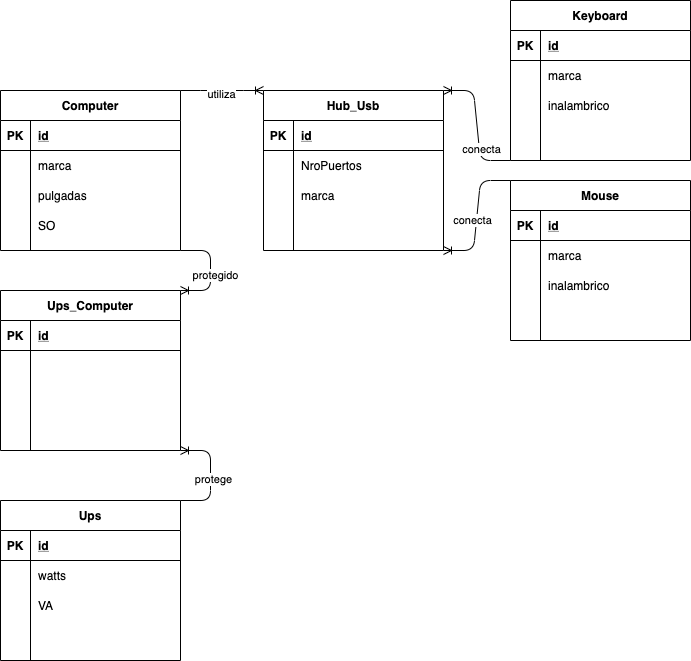
Earlier version of the draw.io export DIAGRAMA.drawio.png (Freddymhs/-example_RoR-sqlite.relacionesdemodelos). Source tidied: cells renumbered, new cells last; positions are measured from the earlier drawing's top-left corner, leaving out a move shared by most shapes.
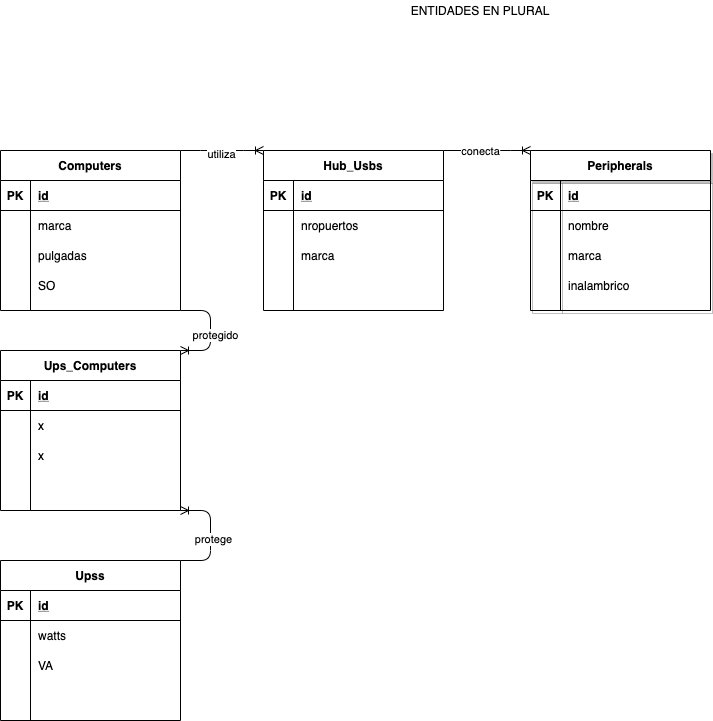
Above is the later version.

Commit message:
antes de comenzar hacia cambios a las migraciones para conectar entidades

Diff of the diagram source:
```diff
@@ -2,7 +2,7 @@
   <root>
     <mxCell id="0" />
     <mxCell id="1" parent="0" />
-    <mxCell id="2" value="Computer" style="shape=table;startSize=30;rowLines=0;fontStyle=1;align=center;" parent="1" vertex="1">
+    <mxCell id="2" value="Computers" style="shape=table;startSize=30;rowLines=0;fontStyle=1;align=center;" parent="1" vertex="1">
       <mxGeometry y="90" width="180" height="160" as="geometry" />
     </mxCell>
     <mxCell id="3" style="shape=partialRectangle;fillColor=none;top=0;left=0;bottom=1;right=0;" parent="2" vertex="1">
@@ -41,7 +41,7 @@
     <mxCell id="14" value="SO" style="shape=partialRectangle;fillColor=none;top=0;left=0;bottom=0;right=0;align=left;spacingLeft=6;overflow=hidden;" parent="12" vertex="1">
       <mxGeometry x="30" width="150" height="30" as="geometry" />
     </mxCell>
-    <mxCell id="15" value="Hub_Usb" style="shape=table;startSize=30;rowLines=0;fontStyle=1;align=center;" parent="1" vertex="1">
+    <mxCell id="15" value="Hub_Usbs" style="shape=table;startSize=30;rowLines=0;fontStyle=1;align=center;" parent="1" vertex="1">
       <mxGeometry x="263" y="90" width="180" height="160" as="geometry" />
     </mxCell>
     <mxCell id="16" style="shape=partialRectangle;fillColor=none;top=0;left=0;bottom=1;right=0;" parent="15" vertex="1">
@@ -59,7 +59,7 @@
     <mxCell id="20" style="shape=partialRectangle;fillColor=none;top=0;left=0;bottom=0;right=0;overflow=hidden;" parent="19" vertex="1">
       <mxGeometry width="30" height="30" as="geometry" />
     </mxCell>
-    <mxCell id="21" value="NroPuertos" style="shape=partialRectangle;fillColor=none;top=0;left=0;bottom=0;right=0;align=left;spacingLeft=6;overflow=hidden;" parent="19" vertex="1">
+    <mxCell id="21" value="nropuertos" style="shape=partialRectangle;fillColor=none;top=0;left=0;bottom=0;right=0;align=left;spacingLeft=6;overflow=hidden;" parent="19" vertex="1">
       <mxGeometry x="30" width="150" height="30" as="geometry" />
     </mxCell>
     <mxCell id="22" style="shape=partialRectangle;fillColor=none;top=0;left=0;bottom=0;right=0;" parent="15" vertex="1">
@@ -80,47 +80,8 @@
     <mxCell id="27" style="shape=partialRectangle;fillColor=none;top=0;left=0;bottom=0;right=0;align=left;spacingLeft=6;overflow=hidden;" parent="25" vertex="1">
       <mxGeometry x="30" width="150" height="30" as="geometry" />
     </mxCell>
-    <mxCell id="28" value="Mouse" style="shape=table;startSize=30;rowLines=0;fontStyle=1;align=center;" parent="1" vertex="1">
-      <mxGeometry x="510" y="180" width="180" height="160" as="geometry" />
-    </mxCell>
-    <mxCell id="29" style="shape=partialRectangle;fillColor=none;top=0;left=0;bottom=1;right=0;" parent="28" vertex="1">
-      <mxGeometry y="30" width="180" height="30" as="geometry" />
-    </mxCell>
-    <mxCell id="30" value="PK" style="shape=partialRectangle;fillColor=none;top=0;left=0;bottom=0;right=0;fontStyle=1;overflow=hidden;" parent="29" vertex="1">
-      <mxGeometry width="30" height="30" as="geometry" />
-    </mxCell>
-    <mxCell id="31" value="id" style="shape=partialRectangle;fillColor=none;top=0;left=0;bottom=0;right=0;align=left;spacingLeft=6;fontStyle=5;overflow=hidden;" parent="29" vertex="1">
-      <mxGeometry x="30" width="150" height="30" as="geometry" />
-    </mxCell>
-    <mxCell id="32" style="shape=partialRectangle;fillColor=none;top=0;left=0;bottom=0;right=0;" parent="28" vertex="1">
-      <mxGeometry y="60" width="180" height="30" as="geometry" />
-    </mxCell>
-    <mxCell id="33" style="shape=partialRectangle;fillColor=none;top=0;left=0;bottom=0;right=0;overflow=hidden;" parent="32" vertex="1">
-      <mxGeometry width="30" height="30" as="geometry" />
-    </mxCell>
-    <mxCell id="34" value="marca" style="shape=partialRectangle;fillColor=none;top=0;left=0;bottom=0;right=0;align=left;spacingLeft=6;overflow=hidden;" parent="32" vertex="1">
-      <mxGeometry x="30" width="150" height="30" as="geometry" />
-    </mxCell>
-    <mxCell id="35" style="shape=partialRectangle;fillColor=none;top=0;left=0;bottom=0;right=0;" parent="28" vertex="1">
-      <mxGeometry y="90" width="180" height="30" as="geometry" />
-    </mxCell>
-    <mxCell id="36" style="shape=partialRectangle;fillColor=none;top=0;left=0;bottom=0;right=0;overflow=hidden;" parent="35" vertex="1">
-      <mxGeometry width="30" height="30" as="geometry" />
-    </mxCell>
-    <mxCell id="37" value="inalambrico" style="shape=partialRectangle;fillColor=none;top=0;left=0;bottom=0;right=0;align=left;spacingLeft=6;overflow=hidden;" parent="35" vertex="1">
-      <mxGeometry x="30" width="150" height="30" as="geometry" />
-    </mxCell>
-    <mxCell id="38" style="shape=partialRectangle;fillColor=none;top=0;left=0;bottom=0;right=0;" parent="28" vertex="1">
-      <mxGeometry y="120" width="180" height="30" as="geometry" />
-    </mxCell>
-    <mxCell id="39" style="shape=partialRectangle;fillColor=none;top=0;left=0;bottom=0;right=0;overflow=hidden;" parent="38" vertex="1">
-      <mxGeometry width="30" height="30" as="geometry" />
-    </mxCell>
-    <mxCell id="40" style="shape=partialRectangle;fillColor=none;top=0;left=0;bottom=0;right=0;align=left;spacingLeft=6;overflow=hidden;" parent="38" vertex="1">
-      <mxGeometry x="30" width="150" height="30" as="geometry" />
-    </mxCell>
-    <mxCell id="41" value="Keyboard" style="shape=table;startSize=30;rowLines=0;fontStyle=1;align=center;" parent="1" vertex="1">
-      <mxGeometry x="510" width="180" height="160" as="geometry" />
+    <mxCell id="41" value="Peripherals" style="shape=table;startSize=30;rowLines=0;fontStyle=1;align=center;shadow=1;" parent="1" vertex="1">
+      <mxGeometry x="530" y="90" width="180" height="160" as="geometry" />
     </mxCell>
     <mxCell id="42" style="shape=partialRectangle;fillColor=none;top=0;left=0;bottom=1;right=0;" parent="41" vertex="1">
       <mxGeometry y="30" width="180" height="30" as="geometry" />
@@ -137,7 +98,7 @@
     <mxCell id="46" style="shape=partialRectangle;fillColor=none;top=0;left=0;bottom=0;right=0;overflow=hidden;" parent="45" vertex="1">
       <mxGeometry width="30" height="30" as="geometry" />
     </mxCell>
-    <mxCell id="47" value="marca" style="shape=partialRectangle;fillColor=none;top=0;left=0;bottom=0;right=0;align=left;spacingLeft=6;overflow=hidden;" parent="45" vertex="1">
+    <mxCell id="47" value="nombre" style="shape=partialRectangle;fillColor=none;top=0;left=0;bottom=0;right=0;align=left;spacingLeft=6;overflow=hidden;" parent="45" vertex="1">
       <mxGeometry x="30" width="150" height="30" as="geometry" />
     </mxCell>
     <mxCell id="48" style="shape=partialRectangle;fillColor=none;top=0;left=0;bottom=0;right=0;" parent="41" vertex="1">
@@ -146,7 +107,7 @@
     <mxCell id="49" style="shape=partialRectangle;fillColor=none;top=0;left=0;bottom=0;right=0;overflow=hidden;" parent="48" vertex="1">
       <mxGeometry width="30" height="30" as="geometry" />
     </mxCell>
-    <mxCell id="50" value="inalambrico" style="shape=partialRectangle;fillColor=none;top=0;left=0;bottom=0;right=0;align=left;spacingLeft=6;overflow=hidden;" parent="48" vertex="1">
+    <mxCell id="50" value="marca" style="shape=partialRectangle;fillColor=none;top=0;left=0;bottom=0;right=0;align=left;spacingLeft=6;overflow=hidden;" parent="48" vertex="1">
       <mxGeometry x="30" width="150" height="30" as="geometry" />
     </mxCell>
     <mxCell id="51" style="shape=partialRectangle;fillColor=none;top=0;left=0;bottom=0;right=0;" parent="41" vertex="1">
@@ -155,10 +116,10 @@
     <mxCell id="52" style="shape=partialRectangle;fillColor=none;top=0;left=0;bottom=0;right=0;overflow=hidden;" parent="51" vertex="1">
       <mxGeometry width="30" height="30" as="geometry" />
     </mxCell>
-    <mxCell id="53" style="shape=partialRectangle;fillColor=none;top=0;left=0;bottom=0;right=0;align=left;spacingLeft=6;overflow=hidden;" parent="51" vertex="1">
+    <mxCell id="53" value="inalambrico" style="shape=partialRectangle;fillColor=none;top=0;left=0;bottom=0;right=0;align=left;spacingLeft=6;overflow=hidden;" parent="51" vertex="1">
       <mxGeometry x="30" width="150" height="30" as="geometry" />
     </mxCell>
-    <mxCell id="54" value="Ups" style="shape=table;startSize=30;rowLines=0;fontStyle=1;align=center;" parent="1" vertex="1">
+    <mxCell id="54" value="Upss" style="shape=table;startSize=30;rowLines=0;fontStyle=1;align=center;" parent="1" vertex="1">
       <mxGeometry y="500" width="180" height="160" as="geometry" />
     </mxCell>
     <mxCell id="55" style="shape=partialRectangle;fillColor=none;top=0;left=0;bottom=1;right=0;" parent="54" vertex="1">
@@ -203,7 +164,7 @@
     <mxCell id="68" value="utiliza" style="edgeLabel;html=1;align=center;verticalAlign=middle;" parent="67" vertex="1">
       <mxGeometry x="-0.04" y="-3" relative="1" as="geometry" />
     </mxCell>
-    <mxCell id="69" value="Ups_Computer" style="shape=table;startSize=30;rowLines=0;fontStyle=1;align=center;" parent="1" vertex="1">
+    <mxCell id="69" value="Ups_Computers" style="shape=table;startSize=30;rowLines=0;fontStyle=1;align=center;" parent="1" vertex="1">
       <mxGeometry y="290" width="180" height="160" as="geometry" />
     </mxCell>
     <mxCell id="70" style="shape=partialRectangle;fillColor=none;top=0;left=0;bottom=1;right=0;" parent="69" vertex="1">
@@ -221,7 +182,7 @@
     <mxCell id="74" style="shape=partialRectangle;fillColor=none;top=0;left=0;bottom=0;right=0;overflow=hidden;" parent="73" vertex="1">
       <mxGeometry width="30" height="30" as="geometry" />
     </mxCell>
-    <mxCell id="75" style="shape=partialRectangle;fillColor=none;top=0;left=0;bottom=0;right=0;align=left;spacingLeft=6;overflow=hidden;" parent="73" vertex="1">
+    <mxCell id="75" value="x" style="shape=partialRectangle;fillColor=none;top=0;left=0;bottom=0;right=0;align=left;spacingLeft=6;overflow=hidden;" parent="73" vertex="1">
       <mxGeometry x="30" width="150" height="30" as="geometry" />
     </mxCell>
     <mxCell id="76" style="shape=partialRectangle;fillColor=none;top=0;left=0;bottom=0;right=0;" parent="69" vertex="1">
@@ -230,7 +191,7 @@
     <mxCell id="77" style="shape=partialRectangle;fillColor=none;top=0;left=0;bottom=0;right=0;overflow=hidden;" parent="76" vertex="1">
       <mxGeometry width="30" height="30" as="geometry" />
     </mxCell>
-    <mxCell id="78" style="shape=partialRectangle;fillColor=none;top=0;left=0;bottom=0;right=0;align=left;spacingLeft=6;overflow=hidden;" parent="76" vertex="1">
+    <mxCell id="78" value="x" style="shape=partialRectangle;fillColor=none;top=0;left=0;bottom=0;right=0;align=left;spacingLeft=6;overflow=hidden;" parent="76" vertex="1">
       <mxGeometry x="30" width="150" height="30" as="geometry" />
     </mxCell>
     <mxCell id="79" style="shape=partialRectangle;fillColor=none;top=0;left=0;bottom=0;right=0;" parent="69" vertex="1">
@@ -254,19 +215,16 @@
     <mxCell id="85" value="protege" style="edgeLabel;html=1;align=center;verticalAlign=middle;" parent="84" vertex="1">
       <mxGeometry x="-0.05" y="-2" relative="1" as="geometry" />
     </mxCell>
-    <mxCell id="86" style="edgeStyle=entityRelationEdgeStyle;fontSize=12;html=1;endArrow=ERoneToMany;exitX=0;exitY=0;exitDx=0;exitDy=0;entryX=1;entryY=1;entryDx=0;entryDy=0;" parent="1" edge="1" source="28" target="15">
-      <mxGeometry relative="1" as="geometry" />
-    </mxCell>
-    <mxCell id="87" value="conecta" style="edgeLabel;html=1;align=center;verticalAlign=middle;" parent="86" vertex="1">
-      <mxGeometry x="0.46" y="-1" relative="1" as="geometry">
-        <mxPoint x="-1" y="-25.4" as="offset" />
-      </mxGeometry>
-    </mxCell>
-    <mxCell id="88" style="edgeStyle=entityRelationEdgeStyle;fontSize=12;html=1;endArrow=ERoneToMany;exitX=0;exitY=1;exitDx=0;exitDy=0;entryX=1;entryY=0;entryDx=0;entryDy=0;" parent="1" edge="1" source="41" target="15">
+    <mxCell id="88" style="edgeStyle=entityRelationEdgeStyle;fontSize=12;html=1;endArrow=ERoneToMany;entryX=0;entryY=0;entryDx=0;entryDy=0;exitX=1;exitY=0;exitDx=0;exitDy=0;" parent="1" edge="1" source="15" target="41">
       <mxGeometry relative="1" as="geometry" />
     </mxCell>
     <mxCell id="89" value="conecta" style="edgeLabel;html=1;align=center;verticalAlign=middle;" parent="88" vertex="1">
-      <mxGeometry x="-0.37" y="-2" relative="1" as="geometry" />
+      <mxGeometry x="-0.37" y="-2" relative="1" as="geometry">
+        <mxPoint x="9.9" y="-2" as="offset" />
+      </mxGeometry>
     </mxCell>
+    <mxCell id="90" value="ENTIDADES EN PLURAL" style="text;html=1;strokeColor=none;fillColor=none;align=center;verticalAlign=middle;whiteSpace=wrap;rounded=0;" parent="1" vertex="1">
+      <mxGeometry x="340" y="-60" width="280" height="20" as="geometry" />
+    </mxCell>
   </root>
 </mxGraphModel>
```
